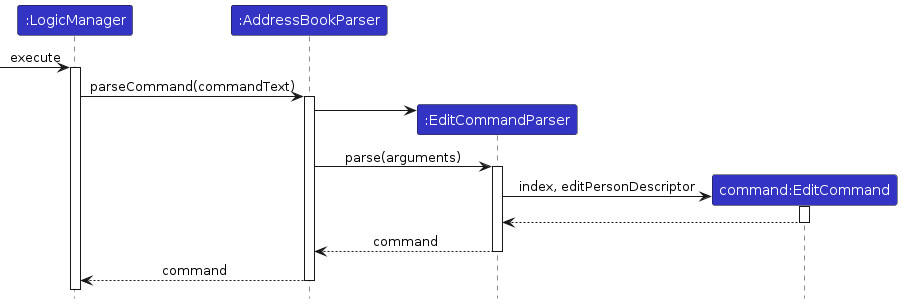
Above: diagrams/tracing/LogicSequenceDiagram.png in AY2324S2-CS2103T-T14-2/tp (PlantUML), before the change. Its source is kept beside it as diagrams/tracing/LogicSequenceDiagram.puml. The source it was exported from:
```plantuml
@startuml
!include ../style.puml
skinparam ArrowFontStyle plain

Participant ":LogicManager" as logic LOGIC_COLOR
Participant ":AddressBookParser" as abp LOGIC_COLOR
Participant ":EditCommandParser" as ecp LOGIC_COLOR
Participant "command:EditCommand" as ec LOGIC_COLOR

[-> logic : execute
activate logic
logic -> abp ++: parseCommand(commandText)
create ecp
abp -> ecp
abp -> ecp ++: parse(arguments)
create ec
ecp -> ec ++: index, editPersonDescriptor
ec --> ecp --
ecp --> abp --: command
abp --> logic --: command

@enduml
```
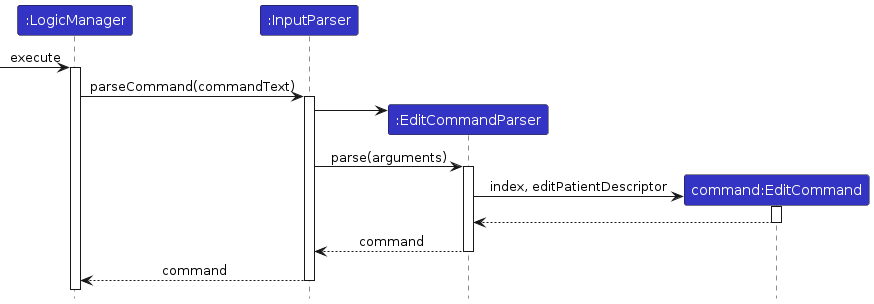
Above is the later version.

What changed in the source:
```diff
@@ -3,20 +3,20 @@
 skinparam ArrowFontStyle plain
 
 Participant ":LogicManager" as logic LOGIC_COLOR
-Participant ":AddressBookParser" as abp LOGIC_COLOR
+Participant ":InputParser" as ip LOGIC_COLOR
 Participant ":EditCommandParser" as ecp LOGIC_COLOR
 Participant "command:EditCommand" as ec LOGIC_COLOR
 
 [-> logic : execute
 activate logic
-logic -> abp ++: parseCommand(commandText)
+logic -> ip ++: parseCommand(commandText)
 create ecp
-abp -> ecp
-abp -> ecp ++: parse(arguments)
+ip -> ecp
+ip -> ecp ++: parse(arguments)
 create ec
-ecp -> ec ++: index, editPersonDescriptor
+ecp -> ec ++: index, editPatientDescriptor
 ec --> ecp --
-ecp --> abp --: command
-abp --> logic --: command
+ecp --> ip --: command
+ip --> logic --: command
 
 @enduml
```
